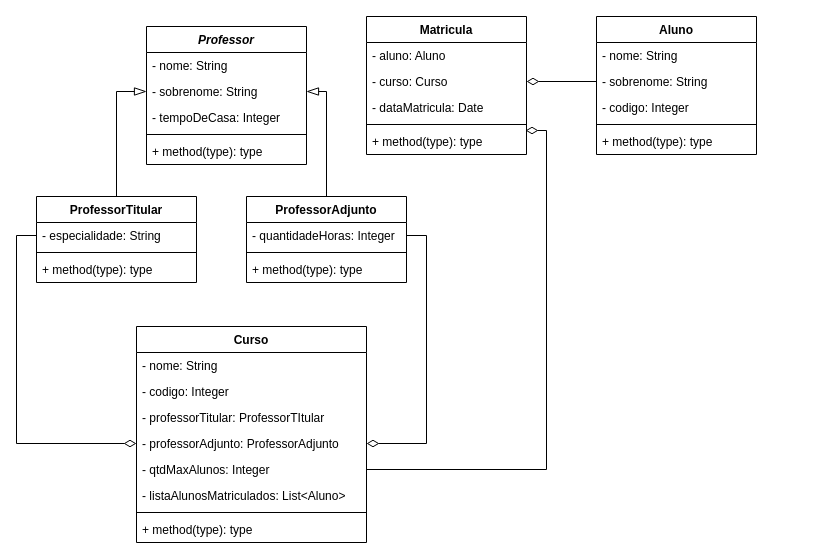
The draw.io diagram DesafioPOO-UML.drawio in diogenesistemas/DesafioPOO, before the edit. Source tidied: cells renumbered, new cells numbered last; positions are measured from the earlier drawing's top-left corner, leaving out a move shared by most shapes. Both pictures are drawn from the tidied source at 100%, with x=0, y=0 at pixel (36, 16).
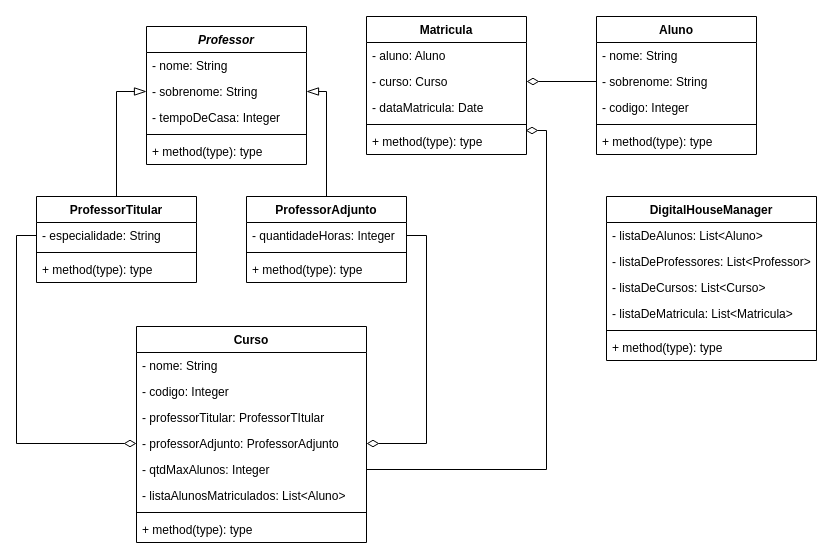
The same page after the edit.

Commit message:
Atualizando UML - Classe DigitalHouseManager

The edit, as a diff of the source:
```diff
@@
+    <mxCell id="43" value="DigitalHouseManager" style="swimlane;fontStyle=1;align=center;verticalAlign=top;horizontal=1;startSize=26;" parent="1" vertex="1">
+      <mxGeometry x="570" y="180" width="210" height="164" as="geometry" />
+    </mxCell>
+    <mxCell id="44" value="- listaDeAlunos: List&lt;Aluno&gt;" style="text;strokeColor=none;fillColor=none;align=left;verticalAlign=top;spacingLeft=4;spacingRight=4;overflow=hidden;" parent="43" vertex="1">
+      <mxGeometry y="26" width="210" height="26" as="geometry" />
+    </mxCell>
+    <mxCell id="45" value="- listaDeProfessores: List&lt;Professor&gt;" style="text;strokeColor=none;fillColor=none;align=left;verticalAlign=top;spacingLeft=4;spacingRight=4;overflow=hidden;" parent="43" vertex="1">
+      <mxGeometry y="52" width="210" height="26" as="geometry" />
+    </mxCell>
+    <mxCell id="46" value="- listaDeCursos: List&lt;Curso&gt;" style="text;strokeColor=none;fillColor=none;align=left;verticalAlign=top;spacingLeft=4;spacingRight=4;overflow=hidden;" parent="43" vertex="1">
+      <mxGeometry y="78" width="210" height="26" as="geometry" />
+    </mxCell>
+    <mxCell id="47" value="- listaDeMatricula: List&lt;Matricula&gt;" style="text;strokeColor=none;fillColor=none;align=left;verticalAlign=top;spacingLeft=4;spacingRight=4;overflow=hidden;" parent="43" vertex="1">
+      <mxGeometry y="104" width="210" height="26" as="geometry" />
+    </mxCell>
+    <mxCell id="48" style="line;strokeWidth=1;fillColor=none;align=left;verticalAlign=middle;spacingTop=-1;spacingLeft=3;spacingRight=3;labelPosition=right;" parent="43" vertex="1">
+      <mxGeometry y="130" width="210" height="8" as="geometry" />
+    </mxCell>
+    <mxCell id="49" value="+ method(type): type" style="text;strokeColor=none;fillColor=none;align=left;verticalAlign=top;spacingLeft=4;spacingRight=4;overflow=hidden;" parent="43" vertex="1">
+      <mxGeometry y="138" width="210" height="26" as="geometry" />
+    </mxCell>
```
